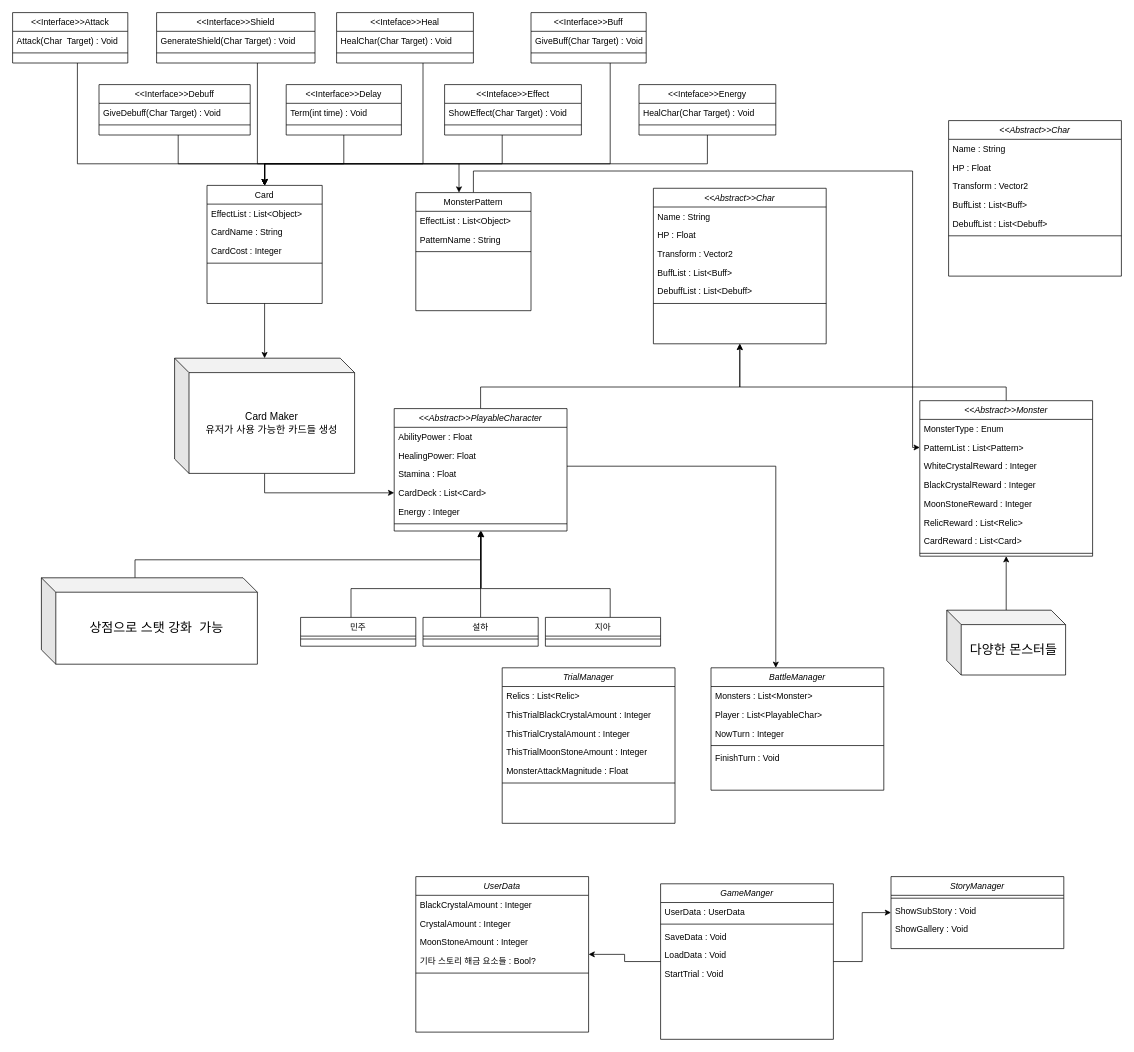
Above: 제목 없는 다이어그램.drawio in nilbace/SoliD (draw.io), before the change. Source tidied: cells renumbered, new cells numbered last; positions are measured from the earlier drawing's top-left corner, leaving out a move shared by most shapes. Both pictures are drawn from the tidied source at 72%, with x=0, y=0 at pixel (12, 12).
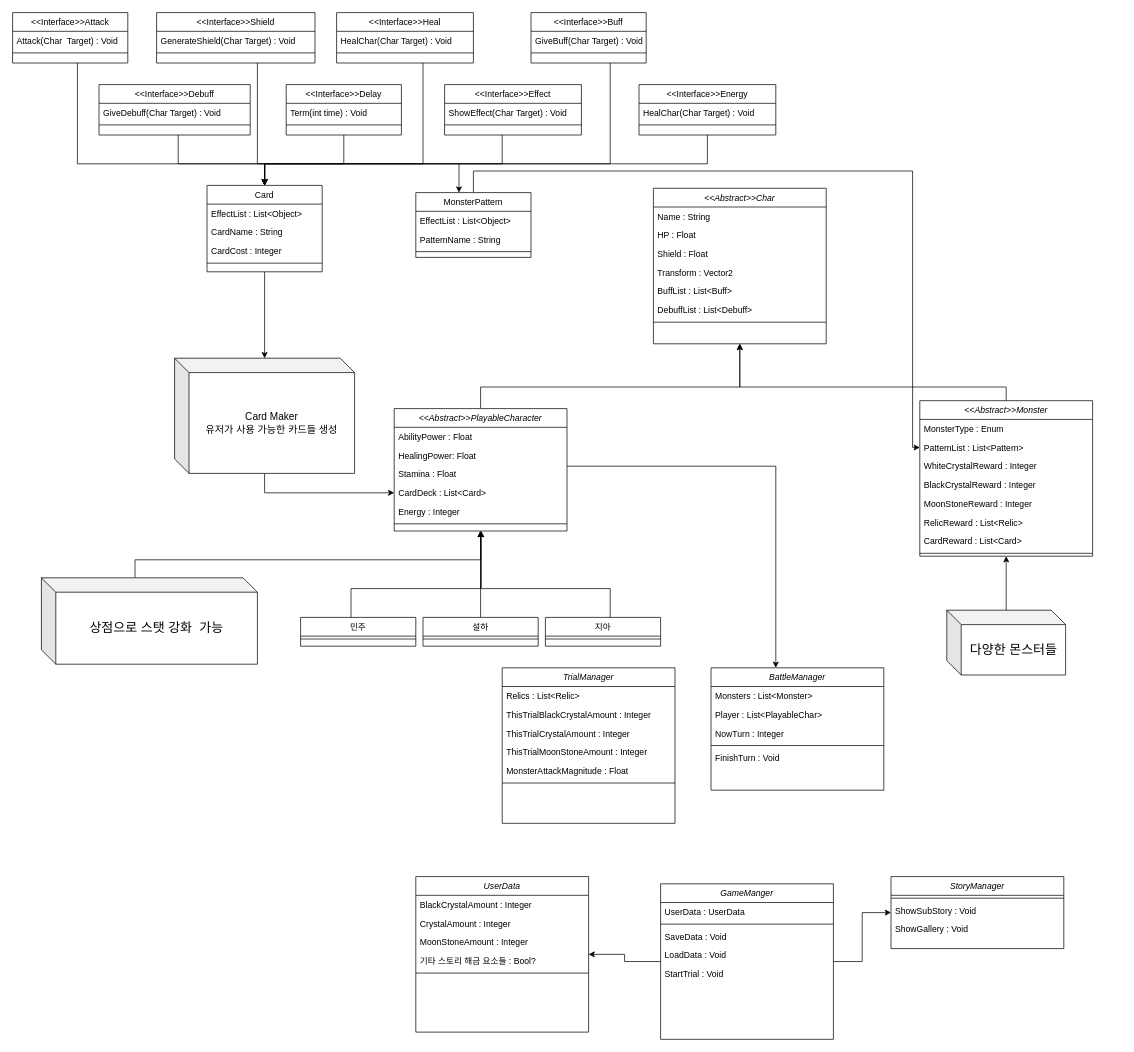
The same page after the edit.

Commit message:
제목 없는 다이어그램.drawio 업데이트

The change refers to these unchanged cells:
```xml
<mxCell id="56" value="&lt;&lt;Abstract&gt;&gt;Char" style="swimlane;fontStyle=2;align=center;verticalAlign=top;horizontal=1;startSize=26;rounded=0;shadow=0;strokeWidth=1;" parent="1" vertex="1">
  <mxGeometry x="890" y="244" width="240" height="216" as="geometry" />
</mxCell>
```

The edit, as a diff of the source:
```diff
@@
     <mxCell id="21" value="Card" style="swimlane;fontStyle=0;align=center;verticalAlign=top;horizontal=1;startSize=26;rounded=0;shadow=0;strokeWidth=1;" parent="1" vertex="1">
-      <mxGeometry x="270" y="240" width="160" height="164" as="geometry" />
+      <mxGeometry x="270" y="240" width="160" height="120" as="geometry" />
     </mxCell>
@@
-    <mxCell id="35" value="&lt;&lt;Inteface&gt;&gt;Heal" style="swimlane;fontStyle=0;align=center;verticalAlign=top;horizontal=1;startSize=26;rounded=0;shadow=0;strokeWidth=1;" parent="1" vertex="1">
+    <mxCell id="35" value="&lt;&lt;Interface&gt;&gt;Heal" style="swimlane;fontStyle=0;align=center;verticalAlign=top;horizontal=1;startSize=26;rounded=0;shadow=0;strokeWidth=1;" parent="1" vertex="1">
       <mxGeometry x="450" width="190" height="70" as="geometry" />
     </mxCell>
@@
-    <mxCell id="51" value="&lt;&lt;Inteface&gt;&gt;Effect" style="swimlane;fontStyle=0;align=center;verticalAlign=top;horizontal=1;startSize=26;rounded=0;shadow=0;strokeWidth=1;" parent="1" vertex="1">
+    <mxCell id="51" value="&lt;&lt;Interface&gt;&gt;Effect" style="swimlane;fontStyle=0;align=center;verticalAlign=top;horizontal=1;startSize=26;rounded=0;shadow=0;strokeWidth=1;" parent="1" vertex="1">
       <mxGeometry x="600" y="100" width="190" height="70" as="geometry" />
     </mxCell>
@@
+    <mxCell id="126" value="Shield : Float" style="text;align=left;verticalAlign=top;spacingLeft=4;spacingRight=4;overflow=hidden;rounded=0;shadow=0;html=0;" parent="56" vertex="1">
+      <mxGeometry y="78" width="240" height="26" as="geometry" />
+    </mxCell>
     <mxCell id="59" value="Transform : Vector2" style="text;align=left;verticalAlign=top;spacingLeft=4;spacingRight=4;overflow=hidden;rounded=0;shadow=0;html=0;" parent="56" vertex="1">
-      <mxGeometry y="78" width="240" height="26" as="geometry" />
+      <mxGeometry y="104" width="240" height="26" as="geometry" />
     </mxCell>
     <mxCell id="60" value="BuffList : List&lt;Buff&gt;" style="text;align=left;verticalAlign=top;spacingLeft=4;spacingRight=4;overflow=hidden;rounded=0;shadow=0;html=0;" parent="56" vertex="1">
-      <mxGeometry y="104" width="240" height="26" as="geometry" />
+      <mxGeometry y="130" width="240" height="26" as="geometry" />
     </mxCell>
     <mxCell id="61" value="DebuffList : List&lt;Debuff&gt;" style="text;align=left;verticalAlign=top;spacingLeft=4;spacingRight=4;overflow=hidden;rounded=0;shadow=0;html=0;" parent="56" vertex="1">
-      <mxGeometry y="130" width="240" height="26" as="geometry" />
+      <mxGeometry y="156" width="240" height="26" as="geometry" />
     </mxCell>
     <mxCell id="62" style="line;html=1;strokeWidth=1;align=left;verticalAlign=middle;spacingTop=-1;spacingLeft=3;spacingRight=3;labelPosition=right;" parent="56" vertex="1">
-      <mxGeometry y="156" width="240" height="8" as="geometry" />
+      <mxGeometry y="182" width="240" height="8" as="geometry" />
     </mxCell>
@@
-    <mxCell id="81" value="&lt;&lt;Abstract&gt;&gt;Char" style="swimlane;fontStyle=2;align=center;verticalAlign=top;horizontal=1;startSize=26;rounded=0;shadow=0;strokeWidth=1;" parent="1" vertex="1">
-      <mxGeometry x="1300" y="150" width="240" height="216" as="geometry" />
-    </mxCell>
-    <mxCell id="82" value="Name : String" style="text;align=left;verticalAlign=top;spacingLeft=4;spacingRight=4;overflow=hidden;rounded=0;shadow=0;html=0;" parent="81" vertex="1">
-      <mxGeometry y="26" width="240" height="26" as="geometry" />
-    </mxCell>
-    <mxCell id="83" value="HP : Float" style="text;align=left;verticalAlign=top;spacingLeft=4;spacingRight=4;overflow=hidden;rounded=0;shadow=0;html=0;" parent="81" vertex="1">
-      <mxGeometry y="52" width="240" height="26" as="geometry" />
-    </mxCell>
-    <mxCell id="84" value="Transform : Vector2" style="text;align=left;verticalAlign=top;spacingLeft=4;spacingRight=4;overflow=hidden;rounded=0;shadow=0;html=0;" parent="81" vertex="1">
-      <mxGeometry y="78" width="240" height="26" as="geometry" />
-    </mxCell>
-    <mxCell id="85" value="BuffList : List&lt;Buff&gt;" style="text;align=left;verticalAlign=top;spacingLeft=4;spacingRight=4;overflow=hidden;rounded=0;shadow=0;html=0;" parent="81" vertex="1">
-      <mxGeometry y="104" width="240" height="26" as="geometry" />
-    </mxCell>
-    <mxCell id="86" value="DebuffList : List&lt;Debuff&gt;" style="text;align=left;verticalAlign=top;spacingLeft=4;spacingRight=4;overflow=hidden;rounded=0;shadow=0;html=0;" parent="81" vertex="1">
-      <mxGeometry y="130" width="240" height="26" as="geometry" />
-    </mxCell>
-    <mxCell id="87" style="line;html=1;strokeWidth=1;align=left;verticalAlign=middle;spacingTop=-1;spacingLeft=3;spacingRight=3;labelPosition=right;" parent="81" vertex="1">
-      <mxGeometry y="156" width="240" height="8" as="geometry" />
-    </mxCell>
@@
-    <mxCell id="89" value="&lt;&lt;Inteface&gt;&gt;Energy" style="swimlane;fontStyle=0;align=center;verticalAlign=top;horizontal=1;startSize=26;rounded=0;shadow=0;strokeWidth=1;" parent="1" vertex="1">
+    <mxCell id="89" value="&lt;&lt;Interface&gt;&gt;Energy" style="swimlane;fontStyle=0;align=center;verticalAlign=top;horizontal=1;startSize=26;rounded=0;shadow=0;strokeWidth=1;" parent="1" vertex="1">
       <mxGeometry x="870" y="100" width="190" height="70" as="geometry" />
     </mxCell>
@@
     <mxCell id="121" value="MonsterPattern" style="swimlane;fontStyle=0;align=center;verticalAlign=top;horizontal=1;startSize=26;rounded=0;shadow=0;strokeWidth=1;" parent="1" vertex="1">
-      <mxGeometry x="560" y="250" width="160" height="164" as="geometry" />
+      <mxGeometry x="560" y="250" width="160" height="90" as="geometry" />
     </mxCell>
```
